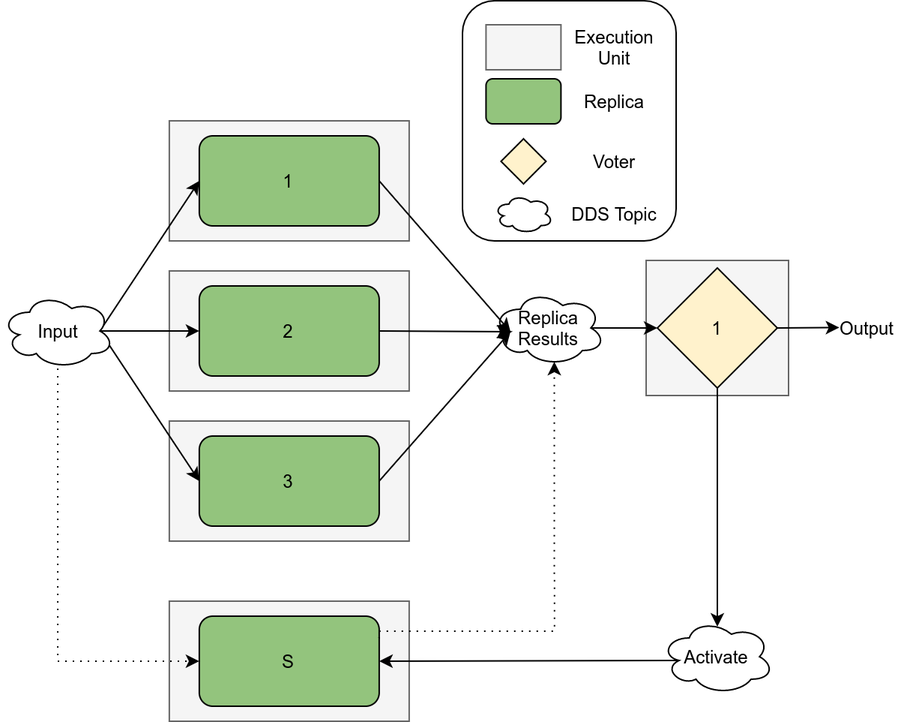
Boffmann/masterThesis keeps this draw.io diagram as images/TMRWithSparesDDS.png. Above is the earlier version. Source tidied: cells renumbered, new cells last; positions are measured from the earlier drawing's top-left corner, leaving out a move shared by most shapes.
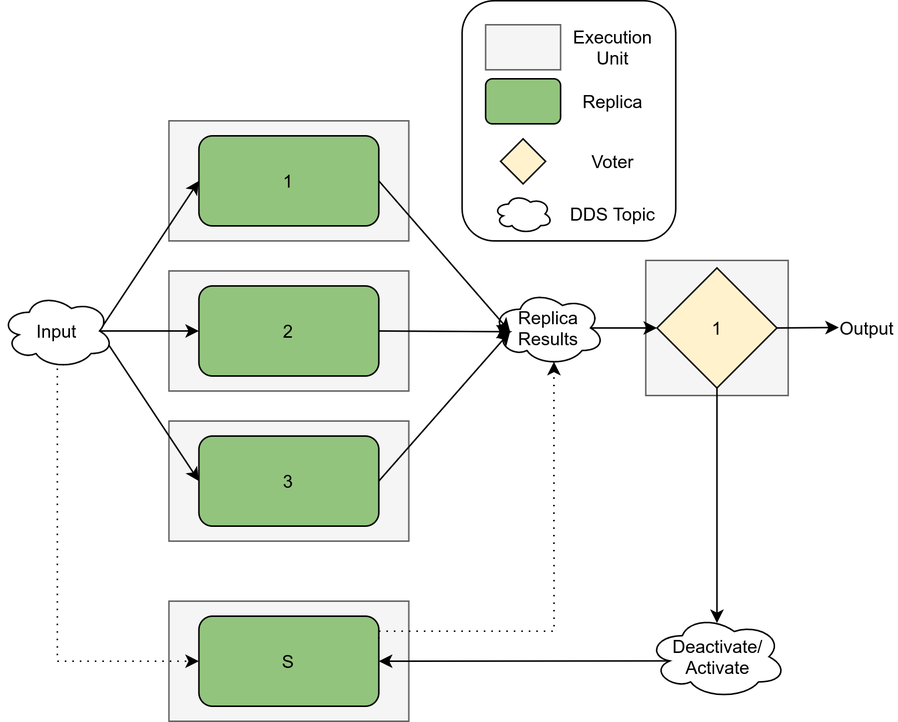
The same file after the commit.

Diff of the diagram source:
```diff
@@ -3,7 +3,7 @@
     <mxCell id="0" />
     <mxCell id="1" parent="0" />
     <mxCell id="2" style="rounded=0;whiteSpace=wrap;html=1;fillColor=#f5f5f5;strokeColor=#666666;fontColor=#333333;" parent="1" vertex="1">
-      <mxGeometry x="430.5" y="173" width="95" height="90" as="geometry" />
+      <mxGeometry x="430.4" y="173" width="95" height="90" as="geometry" />
     </mxCell>
     <mxCell id="3" style="rounded=0;whiteSpace=wrap;html=1;fillColor=#f5f5f5;strokeColor=#666666;fontColor=#333333;" parent="1" vertex="1">
       <mxGeometry x="112.4" y="180" width="160" height="80" as="geometry" />
@@ -18,7 +18,7 @@
       <mxGeometry x="132.4" y="190" width="120" height="60" as="geometry" />
     </mxCell>
     <mxCell id="7" value="1" style="rhombus;whiteSpace=wrap;html=1;fillColor=#FFF2CC;" parent="1" vertex="1">
-      <mxGeometry x="438" y="178" width="80" height="80" as="geometry" />
+      <mxGeometry x="437.9" y="178" width="80" height="80" as="geometry" />
     </mxCell>
     <mxCell id="8" style="endArrow=classic;html=1;exitX=0.875;exitY=0.5;exitDx=0;exitDy=0;entryX=0;entryY=0.5;entryDx=0;entryDy=0;exitPerimeter=0;" parent="1" edge="1" source="21" target="5">
       <mxGeometry relative="1" as="geometry" />
@@ -39,31 +39,31 @@
       <mxGeometry relative="1" as="geometry" />
     </mxCell>
     <mxCell id="14" style="rounded=1;whiteSpace=wrap;html=1;" parent="1" vertex="1">
-      <mxGeometry x="308" width="142.5" height="160" as="geometry" />
+      <mxGeometry x="307.9" width="142.5" height="160" as="geometry" />
     </mxCell>
     <mxCell id="15" style="rounded=0;whiteSpace=wrap;html=1;fillColor=#f5f5f5;strokeColor=#666666;fontColor=#333333;" parent="1" vertex="1">
-      <mxGeometry x="323.7" y="16" width="50" height="30" as="geometry" />
+      <mxGeometry x="323.6" y="16" width="50" height="30" as="geometry" />
     </mxCell>
     <mxCell id="16" value="Execution&lt;br&gt;Unit" style="text;html=1;align=center;verticalAlign=middle;" parent="1" vertex="1">
-      <mxGeometry x="373.7" y="16" width="70" height="30" as="geometry" />
+      <mxGeometry x="373.6" y="16" width="70" height="30" as="geometry" />
     </mxCell>
     <mxCell id="17" style="rounded=1;whiteSpace=wrap;html=1;fillColor=#93C47D;" parent="1" vertex="1">
-      <mxGeometry x="323.7" y="52" width="50" height="30" as="geometry" />
+      <mxGeometry x="323.6" y="52" width="50" height="30" as="geometry" />
     </mxCell>
     <mxCell id="18" value="Replica" style="text;html=1;align=center;verticalAlign=middle;" parent="1" vertex="1">
-      <mxGeometry x="378.7" y="57" width="60" height="20" as="geometry" />
+      <mxGeometry x="378.6" y="57" width="60" height="20" as="geometry" />
     </mxCell>
     <mxCell id="19" style="rhombus;whiteSpace=wrap;html=1;fillColor=#FFF2CC;" parent="1" vertex="1">
-      <mxGeometry x="333.7" y="92" width="30" height="30" as="geometry" />
+      <mxGeometry x="333.6" y="92" width="30" height="30" as="geometry" />
     </mxCell>
     <mxCell id="20" value="Voter" style="text;html=1;align=center;verticalAlign=middle;" parent="1" vertex="1">
-      <mxGeometry x="388.7" y="97" width="40" height="20" as="geometry" />
+      <mxGeometry x="388.6" y="97" width="40" height="20" as="geometry" />
     </mxCell>
     <mxCell id="21" value="Input" style="ellipse;shape=cloud;whiteSpace=wrap;html=1;" parent="1" vertex="1">
       <mxGeometry x="0.5" y="195" width="75" height="50" as="geometry" />
     </mxCell>
     <mxCell id="22" value="Replica&lt;br&gt;Results" style="ellipse;shape=cloud;whiteSpace=wrap;html=1;" parent="1" vertex="1">
-      <mxGeometry x="328" y="193" width="75" height="50" as="geometry" />
+      <mxGeometry x="327.9" y="193" width="75" height="50" as="geometry" />
     </mxCell>
     <mxCell id="23" style="endArrow=classic;html=1;entryX=0.16;entryY=0.55;entryDx=0;entryDy=0;exitX=1;exitY=0.5;exitDx=0;exitDy=0;entryPerimeter=0;" parent="1" edge="1" source="5" target="22">
       <mxGeometry relative="1" as="geometry" />
@@ -81,10 +81,10 @@
       <mxGeometry relative="1" as="geometry" />
     </mxCell>
     <mxCell id="28" style="ellipse;shape=cloud;whiteSpace=wrap;html=1;" parent="1" vertex="1">
-      <mxGeometry x="329.2" y="129" width="39" height="26" as="geometry" />
+      <mxGeometry x="329.1" y="129" width="39" height="26" as="geometry" />
     </mxCell>
     <mxCell id="29" value="DDS Topic" style="text;html=1;align=center;verticalAlign=middle;" parent="1" vertex="1">
-      <mxGeometry x="373.7" y="132" width="70" height="20" as="geometry" />
+      <mxGeometry x="373.6" y="132" width="70" height="20" as="geometry" />
     </mxCell>
     <mxCell id="30" style="rounded=0;whiteSpace=wrap;html=1;fillColor=#f5f5f5;strokeColor=#666666;fontColor=#333333;" parent="1" vertex="1">
       <mxGeometry x="112.4" y="400" width="160" height="80" as="geometry" />
@@ -102,13 +102,13 @@
     <mxCell id="33" style="edgeStyle=orthogonalEdgeStyle;rounded=0;jettySize=auto;html=1;entryX=0.55;entryY=0.95;entryDx=0;entryDy=0;entryPerimeter=0;dashed=1;dashPattern=1 4;exitX=1;exitY=0.25;exitDx=0;exitDy=0;" parent="1" edge="1" source="31" target="22">
       <mxGeometry relative="1" as="geometry">
         <Array as="points">
-          <mxPoint x="252" y="420" />
-          <mxPoint x="369" y="420" />
+          <mxPoint x="251.9" y="420" />
+          <mxPoint x="368.9" y="420" />
         </Array>
       </mxGeometry>
     </mxCell>
-    <mxCell id="34" value="Activate" style="ellipse;shape=cloud;whiteSpace=wrap;html=1;" parent="1" vertex="1">
-      <mxGeometry x="440.5" y="412" width="75" height="50" as="geometry" />
+    <mxCell id="34" value="Deactivate/&lt;br&gt;Activate" style="ellipse;shape=cloud;whiteSpace=wrap;html=1;" parent="1" vertex="1">
+      <mxGeometry x="431.7" y="409" width="92.5" height="56" as="geometry" />
     </mxCell>
     <mxCell id="35" style="endArrow=classic;html=1;exitX=0.16;exitY=0.55;exitDx=0;exitDy=0;exitPerimeter=0;entryX=1;entryY=0.5;entryDx=0;entryDy=0;" parent="1" edge="1" source="34" target="31">
       <mxGeometry relative="1" as="geometry" />
```
